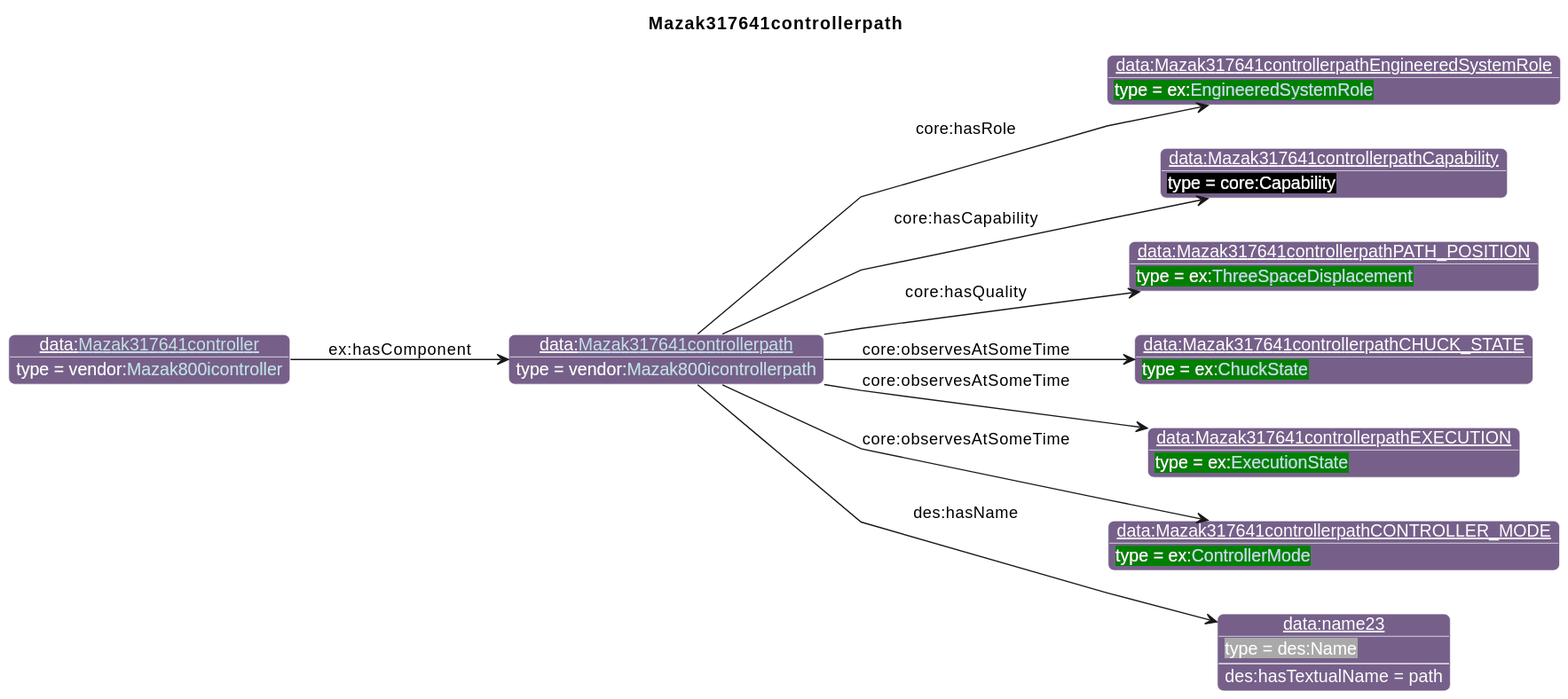
Before: diagrams/Mazak317641controllerpath.svg, a diagram exported from PlantUML (iofoundry/example-syseng-mtconnect).
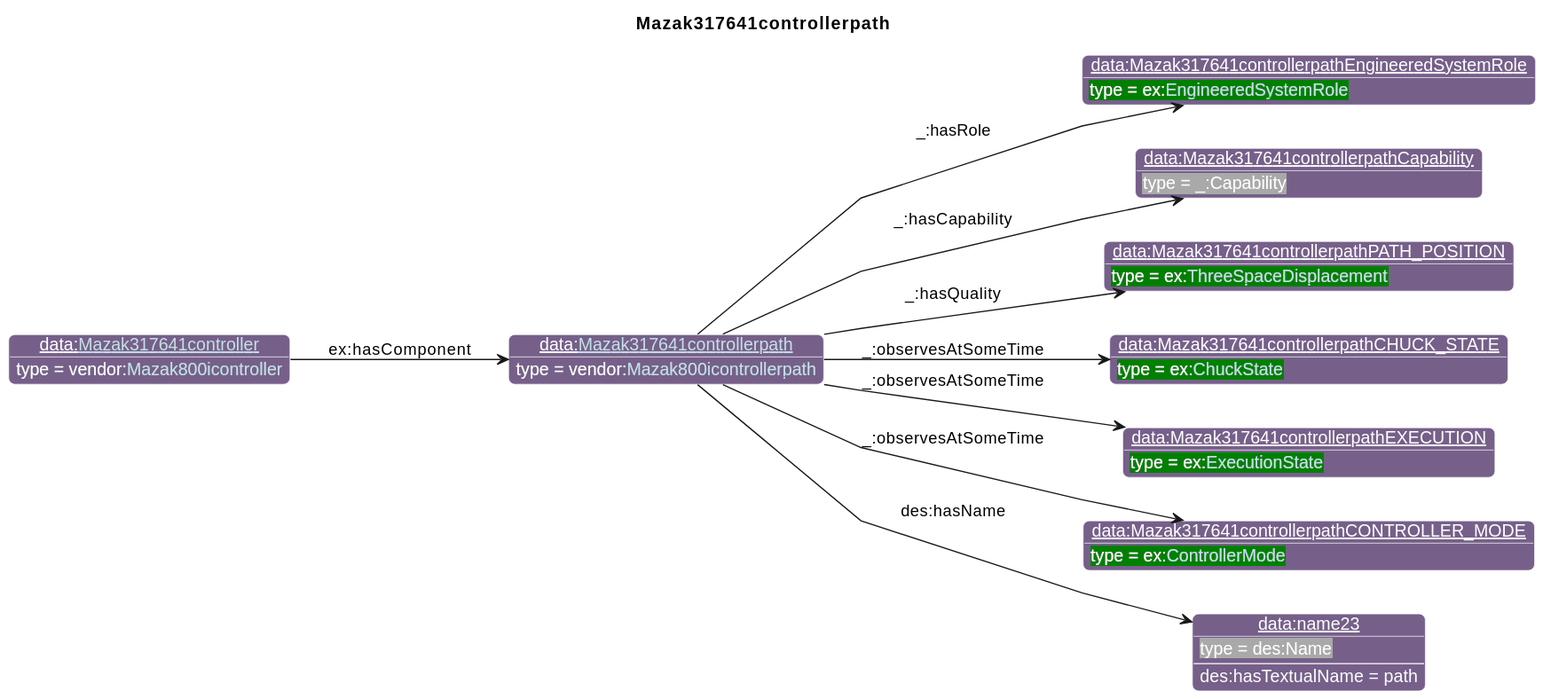
After the commit.

The edit, as a diff of the source:
```diff
@@ -27,19 +27,19 @@
       }
 individual(o0, data:[[./Mazak317641controllerpath.html Mazak317641controllerpath]], vendor:[[../Mazak.html#Mazak800icontrollerpath Mazak800icontrollerpath]])
 individual(o1, data:Mazak317641controllerpathEngineeredSystemRole, ex:[[../Example.html#EngineeredSystemRole EngineeredSystemRole]])
-individual(o2, data:Mazak317641controllerpathCapability, core:Capability)
+individual(o2, data:Mazak317641controllerpathCapability, _:Capability)
 individual(o3, data:Mazak317641controllerpathPATH_POSITION, ex:[[../Example.html#ThreeSpaceDisplacement ThreeSpaceDisplacement]])
 individual(o4, data:Mazak317641controllerpathCHUCK_STATE, ex:[[../Example.html#ChuckState ChuckState]])
 individual(o5, data:Mazak317641controllerpathEXECUTION, ex:[[../Example.html#ExecutionState ExecutionState]])
 individual(o6, data:Mazak317641controllerpathCONTROLLER_MODE, ex:[[../Example.html#ControllerMode ControllerMode]])
 individual(o7, data:name23, des:Name)
 individual(o8, data:[[./Mazak317641controller.html Mazak317641controller]], vendor:[[../Mazak.html#Mazak800icontroller Mazak800icontroller]])
-property(o0, "core:hasRole", o1)
-property(o0, "core:hasCapability", o2)
-property(o0, "core:hasQuality", o3)
-property(o0, "core:observesAtSomeTime", o4)
-property(o0, "core:observesAtSomeTime", o5)
-property(o0, "core:observesAtSomeTime", o6)
+property(o0, "_:hasRole", o1)
+property(o0, "_:hasCapability", o2)
+property(o0, "_:hasQuality", o3)
+property(o0, "_:observesAtSomeTime", o4)
+property(o0, "_:observesAtSomeTime", o5)
+property(o0, "_:observesAtSomeTime", o6)
 property(o0, "des:hasName", o7)
 data(o7, "des:hasTextualName", "path")
 property(o8, "ex:hasComponent", o0)
```
